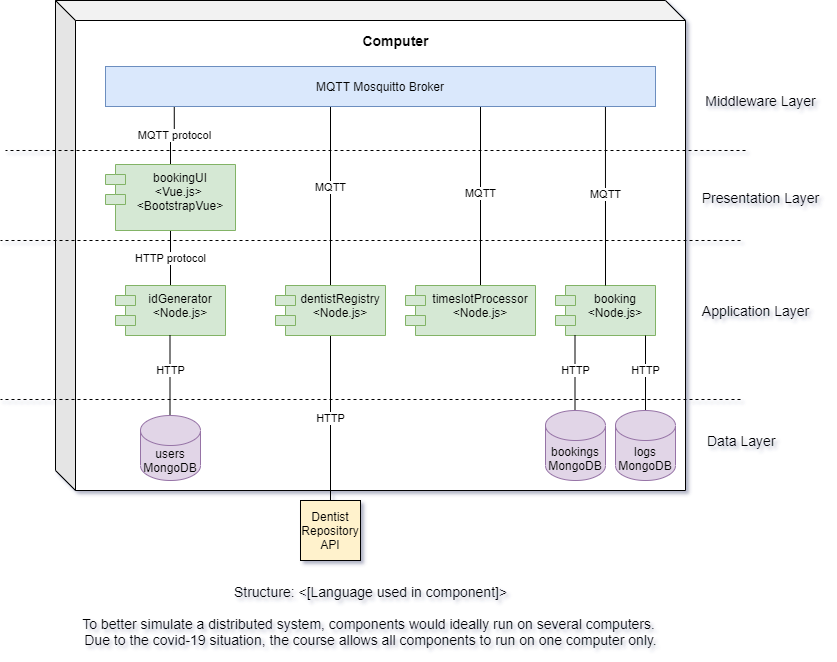
Above: diagrams/v3/deploymentDiagram-v3.png in krasen86/documentation (draw.io), before the change. Source tidied: cells renumbered, new cells last; positions are measured from the earlier drawing's top-left corner, leaving out a move shared by most shapes. The source it was exported from:
```xml
<mxGraphModel>
  <root>
    <mxCell id="0" />
    <mxCell id="1" parent="0" />
    <mxCell id="2" style="shape=cube;whiteSpace=wrap;html=1;boundedLbl=1;backgroundOutline=1;darkOpacity=0.05;darkOpacity2=0.1;" parent="1" vertex="1">
      <mxGeometry x="55" width="630" height="490" as="geometry" />
    </mxCell>
    <mxCell id="3" value="MQTT protocol" style="edgeStyle=orthogonalEdgeStyle;rounded=0;jettySize=auto;html=1;exitX=0.5;exitY=0;exitDx=0;exitDy=0;entryX=0.125;entryY=0.9;entryDx=0;entryDy=0;entryPerimeter=0;endArrow=none;endFill=0;" parent="1" edge="1" source="5" target="22">
      <mxGeometry relative="1" as="geometry">
        <Array as="points">
          <mxPoint x="170" y="135" />
          <mxPoint x="174" y="135" />
        </Array>
      </mxGeometry>
    </mxCell>
    <mxCell id="4" value="HTTP protocol" style="edgeStyle=orthogonalEdgeStyle;rounded=0;jettySize=auto;html=1;exitX=0.5;exitY=1;exitDx=0;exitDy=0;entryX=0.5;entryY=0;entryDx=0;entryDy=0;endArrow=none;endFill=0;" parent="1" edge="1" source="5" target="20">
      <mxGeometry relative="1" as="geometry">
        <Array as="points">
          <mxPoint x="170" y="260" />
          <mxPoint x="170" y="260" />
        </Array>
      </mxGeometry>
    </mxCell>
    <mxCell id="5" value="bookingUI&#10;&lt;Vue.js&gt; &#10;&lt;BootstrapVue&gt;" style="shape=module;align=left;spacingLeft=20;align=center;verticalAlign=top;fontStyle=0;fillColor=#d5e8d4;strokeColor=#82b366;" parent="1" vertex="1">
      <mxGeometry x="105" y="164" width="130" height="66" as="geometry" />
    </mxCell>
    <mxCell id="6" value="MQTT" style="edgeStyle=orthogonalEdgeStyle;rounded=0;jettySize=auto;html=1;exitX=0.5;exitY=0;exitDx=0;exitDy=0;endArrow=none;endFill=0;entryX=0.433;entryY=0.925;entryDx=0;entryDy=0;entryPerimeter=0;" parent="1" edge="1" source="8" target="22">
      <mxGeometry relative="1" as="geometry">
        <Array as="points">
          <mxPoint x="330" y="103" />
        </Array>
      </mxGeometry>
    </mxCell>
    <mxCell id="7" value="HTTP" style="edgeStyle=orthogonalEdgeStyle;rounded=0;jettySize=auto;html=1;exitX=0.5;exitY=1;exitDx=0;exitDy=0;entryX=0.5;entryY=0;entryDx=0;entryDy=0;endArrow=none;endFill=0;" parent="1" edge="1" source="8" target="19">
      <mxGeometry relative="1" as="geometry" />
    </mxCell>
    <mxCell id="8" value="dentistRegistry&#10;&lt;Node.js&gt;" style="shape=module;align=left;spacingLeft=20;align=center;verticalAlign=top;fillColor=#d5e8d4;strokeColor=#82b366;" parent="1" vertex="1">
      <mxGeometry x="275" y="285" width="110" height="50" as="geometry" />
    </mxCell>
    <mxCell id="9" value="MQTT" style="edgeStyle=orthogonalEdgeStyle;rounded=0;jettySize=auto;html=1;exitX=0.5;exitY=0;exitDx=0;exitDy=0;entryX=0.5;entryY=1;entryDx=0;entryDy=0;endArrow=none;endFill=0;" parent="1" edge="1" source="10">
      <mxGeometry relative="1" as="geometry">
        <mxPoint x="465" y="106" as="targetPoint" />
        <Array as="points">
          <mxPoint x="480" y="106" />
        </Array>
      </mxGeometry>
    </mxCell>
    <mxCell id="10" value="timeslotProcessor&#10;&lt;Node.js&gt;" style="shape=module;align=left;spacingLeft=20;align=center;verticalAlign=top;fillColor=#d5e8d4;strokeColor=#82b366;" parent="1" vertex="1">
      <mxGeometry x="405" y="285" width="130" height="50" as="geometry" />
    </mxCell>
    <mxCell id="11" value="booking&#10;&lt;Node.js&gt;" style="shape=module;align=left;spacingLeft=20;align=center;verticalAlign=top;fillColor=#d5e8d4;strokeColor=#82b366;" parent="1" vertex="1">
      <mxGeometry x="555" y="285" width="100" height="50" as="geometry" />
    </mxCell>
    <mxCell id="12" style="endArrow=none;dashed=1;html=1;" parent="1" edge="1">
      <mxGeometry relative="1" as="geometry">
        <mxPoint x="745" y="150" as="sourcePoint" />
        <mxPoint x="5" y="150" as="targetPoint" />
        <Array as="points">
          <mxPoint x="535" y="150" />
        </Array>
      </mxGeometry>
    </mxCell>
    <mxCell id="13" value="Middleware Layer" style="text;html=1;align=center;verticalAlign=middle;fontSize=14;" parent="1" vertex="1">
      <mxGeometry x="695" y="90" width="130" height="20" as="geometry" />
    </mxCell>
    <mxCell id="14" value="Application Layer" style="text;html=1;align=center;verticalAlign=middle;fontSize=14;" parent="1" vertex="1">
      <mxGeometry x="695" y="300" width="120" height="20" as="geometry" />
    </mxCell>
    <mxCell id="15" value="&lt;b&gt;Computer&lt;/b&gt;" style="text;html=1;align=center;verticalAlign=middle;fontSize=14;" parent="1" vertex="1">
      <mxGeometry x="355" y="30" width="80" height="20" as="geometry" />
    </mxCell>
    <mxCell id="16" value="&lt;div&gt;&lt;span&gt;Structure: &amp;lt;[Language used in component]&amp;gt;&lt;/span&gt;&lt;/div&gt;&lt;br&gt;To better simulate a distributed system, components would ideally run on several computers. &lt;br&gt;Due to the covid-19 situation, the course allows all components to run on one computer only." style="text;html=1;align=center;verticalAlign=middle;fontSize=14;" parent="1" vertex="1">
      <mxGeometry x="75" y="580" width="590" height="70" as="geometry" />
    </mxCell>
    <mxCell id="17" style="endArrow=none;dashed=1;html=1;" parent="1" edge="1">
      <mxGeometry relative="1" as="geometry">
        <mxPoint x="740" y="240" as="sourcePoint" />
        <mxPoint y="240" as="targetPoint" />
        <Array as="points">
          <mxPoint x="530" y="240" />
        </Array>
      </mxGeometry>
    </mxCell>
    <mxCell id="18" value="Presentation Layer" style="text;html=1;align=center;verticalAlign=middle;fontSize=14;" parent="1" vertex="1">
      <mxGeometry x="695" y="187" width="130" height="20" as="geometry" />
    </mxCell>
    <mxCell id="19" value="Dentist Repository API" style="whiteSpace=wrap;html=1;fillColor=#fff2cc;" parent="1" vertex="1">
      <mxGeometry x="300" y="500" width="60" height="60" as="geometry" />
    </mxCell>
    <mxCell id="20" value="idGenerator&#10;&lt;Node.js&gt;" style="shape=module;align=left;spacingLeft=20;align=center;verticalAlign=top;fillColor=#d5e8d4;strokeColor=#82b366;" parent="1" vertex="1">
      <mxGeometry x="115" y="285" width="110" height="50" as="geometry" />
    </mxCell>
    <mxCell id="21" value="MQTT" style="edgeStyle=orthogonalEdgeStyle;rounded=0;jettySize=auto;html=1;exitX=0.5;exitY=0;exitDx=0;exitDy=0;entryX=0.909;entryY=0.925;entryDx=0;entryDy=0;entryPerimeter=0;endArrow=none;endFill=0;" parent="1" edge="1" source="11" target="22">
      <mxGeometry relative="1" as="geometry" />
    </mxCell>
    <mxCell id="22" value="MQTT Mosquitto Broker" style="rounded=0;whiteSpace=wrap;html=1;fillColor=#dae8fc;strokeColor=#6c8ebf;" parent="1" vertex="1">
      <mxGeometry x="105" y="66" width="550" height="40" as="geometry" />
    </mxCell>
    <mxCell id="23" style="endArrow=none;dashed=1;html=1;" parent="1" edge="1">
      <mxGeometry relative="1" as="geometry">
        <mxPoint x="740" y="399" as="sourcePoint" />
        <mxPoint y="399" as="targetPoint" />
        <Array as="points">
          <mxPoint x="530" y="399" />
        </Array>
      </mxGeometry>
    </mxCell>
    <mxCell id="24" value="Data Layer" style="text;html=1;align=left;verticalAlign=middle;fontSize=14;" parent="1" vertex="1">
      <mxGeometry x="705" y="430" width="80" height="20" as="geometry" />
    </mxCell>
    <mxCell id="25" value="HTTP" style="edgeStyle=orthogonalEdgeStyle;rounded=0;orthogonalLoop=1;jettySize=auto;html=1;exitX=0.5;exitY=1;exitDx=0;exitDy=0;entryX=0.5;entryY=0;entryDx=0;entryDy=0;endArrow=none;endFill=0;" parent="1" edge="1">
      <mxGeometry x="-0.18" relative="1" as="geometry">
        <mxPoint x="645" y="335" as="sourcePoint" />
        <mxPoint x="645" y="420" as="targetPoint" />
        <Array as="points">
          <mxPoint x="645" y="370" />
          <mxPoint x="645" y="370" />
        </Array>
      </mxGeometry>
    </mxCell>
    <mxCell id="26" value="logs&lt;br&gt;MongoDB" style="shape=cylinder3;whiteSpace=wrap;html=1;boundedLbl=1;backgroundOutline=1;size=15;fillColor=#e1d5e7;strokeColor=#9673a6;" parent="1" vertex="1">
      <mxGeometry x="615" y="410" width="60" height="70" as="geometry" />
    </mxCell>
    <mxCell id="27" value="HTTP" style="edgeStyle=orthogonalEdgeStyle;rounded=0;orthogonalLoop=1;jettySize=auto;html=1;exitX=0.5;exitY=1;exitDx=0;exitDy=0;entryX=0.5;entryY=0;entryDx=0;entryDy=0;endArrow=none;endFill=0;" parent="1" edge="1">
      <mxGeometry x="-0.18" relative="1" as="geometry">
        <mxPoint x="574.5" y="335" as="sourcePoint" />
        <mxPoint x="574.5" y="420" as="targetPoint" />
        <Array as="points">
          <mxPoint x="574.5" y="370" />
          <mxPoint x="574.5" y="370" />
        </Array>
      </mxGeometry>
    </mxCell>
    <mxCell id="28" value="bookings&lt;br&gt;MongoDB" style="shape=cylinder3;whiteSpace=wrap;html=1;boundedLbl=1;backgroundOutline=1;size=15;fillColor=#e1d5e7;strokeColor=#9673a6;" parent="1" vertex="1">
      <mxGeometry x="545" y="410" width="60" height="70" as="geometry" />
    </mxCell>
    <mxCell id="29" value="HTTP" style="edgeStyle=orthogonalEdgeStyle;rounded=0;orthogonalLoop=1;jettySize=auto;html=1;exitX=0.5;exitY=1;exitDx=0;exitDy=0;entryX=0.5;entryY=0;entryDx=0;entryDy=0;endArrow=none;endFill=0;" parent="1" edge="1">
      <mxGeometry x="-0.18" relative="1" as="geometry">
        <mxPoint x="169.5" y="335" as="sourcePoint" />
        <mxPoint x="169.5" y="420" as="targetPoint" />
        <Array as="points">
          <mxPoint x="169.5" y="370" />
          <mxPoint x="169.5" y="370" />
        </Array>
      </mxGeometry>
    </mxCell>
    <mxCell id="30" value="users&lt;br&gt;MongoDB" style="shape=cylinder3;whiteSpace=wrap;html=1;boundedLbl=1;backgroundOutline=1;size=15;fillColor=#e1d5e7;strokeColor=#9673a6;" parent="1" vertex="1">
      <mxGeometry x="140" y="415" width="60" height="65" as="geometry" />
    </mxCell>
  </root>
</mxGraphModel>
```
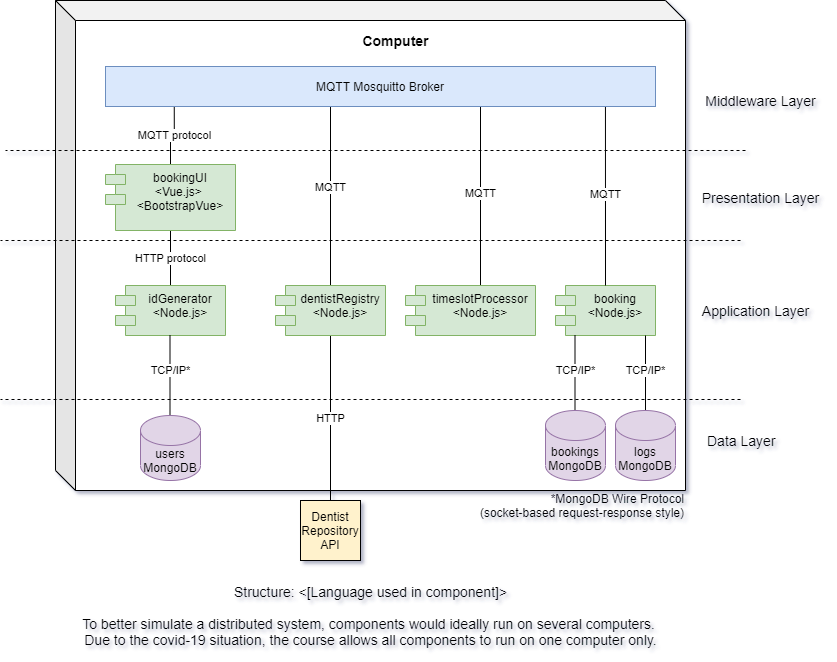
After the commit.

Commit message:
Change database protocol to TCP/IP and add specification with asterisk (MongoDB wire protocol)

Diff of the diagram source:
```diff
@@ -108,7 +108,7 @@
     <mxCell id="24" value="Data Layer" style="text;html=1;align=left;verticalAlign=middle;fontSize=14;" parent="1" vertex="1">
       <mxGeometry x="705" y="430" width="80" height="20" as="geometry" />
     </mxCell>
-    <mxCell id="25" value="HTTP" style="edgeStyle=orthogonalEdgeStyle;rounded=0;orthogonalLoop=1;jettySize=auto;html=1;exitX=0.5;exitY=1;exitDx=0;exitDy=0;entryX=0.5;entryY=0;entryDx=0;entryDy=0;endArrow=none;endFill=0;" parent="1" edge="1">
+    <mxCell id="25" value="TCP/IP*" style="edgeStyle=orthogonalEdgeStyle;rounded=0;orthogonalLoop=1;jettySize=auto;html=1;exitX=0.5;exitY=1;exitDx=0;exitDy=0;entryX=0.5;entryY=0;entryDx=0;entryDy=0;endArrow=none;endFill=0;" parent="1" edge="1">
       <mxGeometry x="-0.18" relative="1" as="geometry">
         <mxPoint x="645" y="335" as="sourcePoint" />
         <mxPoint x="645" y="420" as="targetPoint" />
@@ -121,7 +121,7 @@
     <mxCell id="26" value="logs&lt;br&gt;MongoDB" style="shape=cylinder3;whiteSpace=wrap;html=1;boundedLbl=1;backgroundOutline=1;size=15;fillColor=#e1d5e7;strokeColor=#9673a6;" parent="1" vertex="1">
       <mxGeometry x="615" y="410" width="60" height="70" as="geometry" />
     </mxCell>
-    <mxCell id="27" value="HTTP" style="edgeStyle=orthogonalEdgeStyle;rounded=0;orthogonalLoop=1;jettySize=auto;html=1;exitX=0.5;exitY=1;exitDx=0;exitDy=0;entryX=0.5;entryY=0;entryDx=0;entryDy=0;endArrow=none;endFill=0;" parent="1" edge="1">
+    <mxCell id="27" value="TCP/IP*" style="edgeStyle=orthogonalEdgeStyle;rounded=0;orthogonalLoop=1;jettySize=auto;html=1;exitX=0.5;exitY=1;exitDx=0;exitDy=0;entryX=0.5;entryY=0;entryDx=0;entryDy=0;endArrow=none;endFill=0;" parent="1" edge="1">
       <mxGeometry x="-0.18" relative="1" as="geometry">
         <mxPoint x="574.5" y="335" as="sourcePoint" />
         <mxPoint x="574.5" y="420" as="targetPoint" />
@@ -134,7 +134,7 @@
     <mxCell id="28" value="bookings&lt;br&gt;MongoDB" style="shape=cylinder3;whiteSpace=wrap;html=1;boundedLbl=1;backgroundOutline=1;size=15;fillColor=#e1d5e7;strokeColor=#9673a6;" parent="1" vertex="1">
       <mxGeometry x="545" y="410" width="60" height="70" as="geometry" />
     </mxCell>
-    <mxCell id="29" value="HTTP" style="edgeStyle=orthogonalEdgeStyle;rounded=0;orthogonalLoop=1;jettySize=auto;html=1;exitX=0.5;exitY=1;exitDx=0;exitDy=0;entryX=0.5;entryY=0;entryDx=0;entryDy=0;endArrow=none;endFill=0;" parent="1" edge="1">
+    <mxCell id="29" value="TCP/IP*" style="edgeStyle=orthogonalEdgeStyle;rounded=0;orthogonalLoop=1;jettySize=auto;html=1;exitX=0.5;exitY=1;exitDx=0;exitDy=0;entryX=0.5;entryY=0;entryDx=0;entryDy=0;endArrow=none;endFill=0;" parent="1" edge="1">
       <mxGeometry x="-0.18" relative="1" as="geometry">
         <mxPoint x="169.5" y="335" as="sourcePoint" />
         <mxPoint x="169.5" y="420" as="targetPoint" />
@@ -147,5 +147,8 @@
     <mxCell id="30" value="users&lt;br&gt;MongoDB" style="shape=cylinder3;whiteSpace=wrap;html=1;boundedLbl=1;backgroundOutline=1;size=15;fillColor=#e1d5e7;strokeColor=#9673a6;" parent="1" vertex="1">
       <mxGeometry x="140" y="415" width="60" height="65" as="geometry" />
     </mxCell>
+    <mxCell id="31" value="&lt;div&gt;&lt;span&gt;*MongoDB Wire Protocol&lt;/span&gt;&lt;/div&gt;&lt;div&gt;&lt;span&gt;(socket-based request-response style)&lt;/span&gt;&lt;/div&gt;" style="text;html=1;align=right;verticalAlign=middle;" parent="1" vertex="1">
+      <mxGeometry x="465" y="490" width="220" height="30" as="geometry" />
+    </mxCell>
   </root>
 </mxGraphModel>
```
